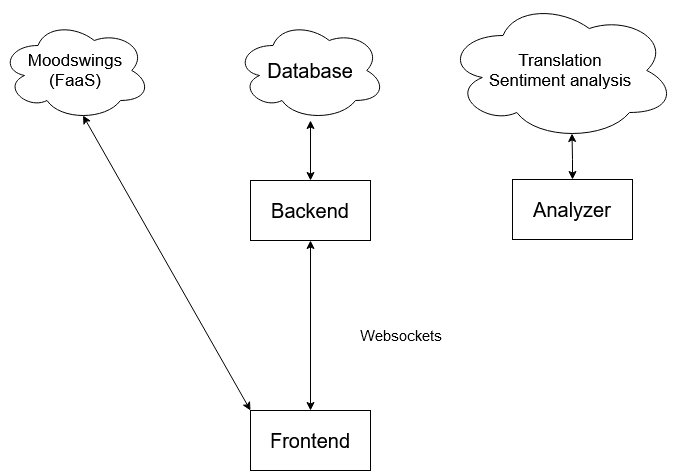
Above: img/architecture.png in UnexomWid/PCD2-DB (draw.io), before the change. Source tidied: cells renumbered, new cells last; positions are measured from the earlier drawing's top-left corner, leaving out a move shared by most shapes. Its diagram source:
```xml
<mxGraphModel>
  <root>
    <mxCell id="0" />
    <mxCell id="1" parent="0" />
    <mxCell id="2" style="edgeStyle=orthogonalEdgeStyle;rounded=0;jettySize=auto;html=1;entryX=0.5;entryY=1;entryDx=0;entryDy=0;entryPerimeter=0;startArrow=classic;startFill=1;" parent="1" edge="1" source="3">
      <mxGeometry relative="1" as="geometry">
        <mxPoint x="310" y="120" as="targetPoint" />
      </mxGeometry>
    </mxCell>
    <mxCell id="3" value="&lt;font style=&quot;font-size: 20px;&quot;&gt;Backend&lt;/font&gt;" style="rounded=0;whiteSpace=wrap;html=1;" parent="1" vertex="1">
      <mxGeometry x="250" y="180" width="120" height="60" as="geometry" />
    </mxCell>
    <mxCell id="4" value="&lt;div style=&quot;font-size: 17px;&quot;&gt;&lt;font style=&quot;font-size: 17px;&quot;&gt;Moodswings&lt;/font&gt;&lt;/div&gt;&lt;div style=&quot;font-size: 17px;&quot;&gt;&lt;font style=&quot;font-size: 17px;&quot;&gt;(FaaS)&lt;br&gt;&lt;/font&gt;&lt;/div&gt;" style="ellipse;shape=cloud;whiteSpace=wrap;html=1;" parent="1" vertex="1">
      <mxGeometry y="20" width="150" height="100" as="geometry" />
    </mxCell>
    <mxCell id="5" style="edgeStyle=orthogonalEdgeStyle;rounded=0;jettySize=auto;html=1;entryX=0.55;entryY=0.95;entryDx=0;entryDy=0;entryPerimeter=0;startArrow=classic;startFill=1;" parent="1" edge="1" source="6" target="7">
      <mxGeometry relative="1" as="geometry" />
    </mxCell>
    <mxCell id="6" value="&lt;font style=&quot;font-size: 20px;&quot;&gt;Analyzer&lt;br&gt;&lt;/font&gt;" style="rounded=0;whiteSpace=wrap;html=1;" parent="1" vertex="1">
      <mxGeometry x="512" y="179" width="120" height="60" as="geometry" />
    </mxCell>
    <mxCell id="7" value="&lt;div style=&quot;font-size: 17px;&quot;&gt;&lt;font style=&quot;font-size: 17px;&quot;&gt;Translation&lt;/font&gt;&lt;/div&gt;&lt;div style=&quot;font-size: 17px;&quot;&gt;&lt;font style=&quot;font-size: 17px;&quot;&gt;Sentiment analysis&lt;br&gt;&lt;/font&gt;&lt;/div&gt;" style="ellipse;shape=cloud;whiteSpace=wrap;html=1;" parent="1" vertex="1">
      <mxGeometry x="445" width="230" height="140" as="geometry" />
    </mxCell>
    <mxCell id="8" value="&lt;font style=&quot;font-size: 20px;&quot;&gt;Database&lt;/font&gt;" style="ellipse;shape=cloud;whiteSpace=wrap;html=1;" parent="1" vertex="1">
      <mxGeometry x="235" y="20" width="150" height="100" as="geometry" />
    </mxCell>
    <mxCell id="9" style="edgeStyle=orthogonalEdgeStyle;rounded=0;jettySize=auto;html=1;entryX=0.5;entryY=1;entryDx=0;entryDy=0;startArrow=classic;startFill=1;" parent="1" edge="1" source="11" target="3">
      <mxGeometry relative="1" as="geometry" />
    </mxCell>
    <mxCell id="10" style="rounded=0;jettySize=auto;html=1;exitX=0;exitY=0;exitDx=0;exitDy=0;entryX=0.55;entryY=0.95;entryDx=0;entryDy=0;entryPerimeter=0;startArrow=classic;startFill=1;" parent="1" edge="1" source="11" target="4">
      <mxGeometry relative="1" as="geometry" />
    </mxCell>
    <mxCell id="11" value="&lt;font style=&quot;font-size: 20px;&quot;&gt;Frontend&lt;/font&gt;" style="rounded=0;whiteSpace=wrap;html=1;" parent="1" vertex="1">
      <mxGeometry x="250" y="410" width="120" height="60" as="geometry" />
    </mxCell>
    <mxCell id="12" value="&lt;div style=&quot;font-size: 15px;&quot;&gt;&lt;font style=&quot;font-size: 15px;&quot;&gt;Websockets&lt;/font&gt;&lt;/div&gt;" style="text;html=1;align=center;verticalAlign=middle;strokeColor=none;fillColor=none;" parent="1" vertex="1">
      <mxGeometry x="345" y="320" width="110" height="30" as="geometry" />
    </mxCell>
  </root>
</mxGraphModel>
```
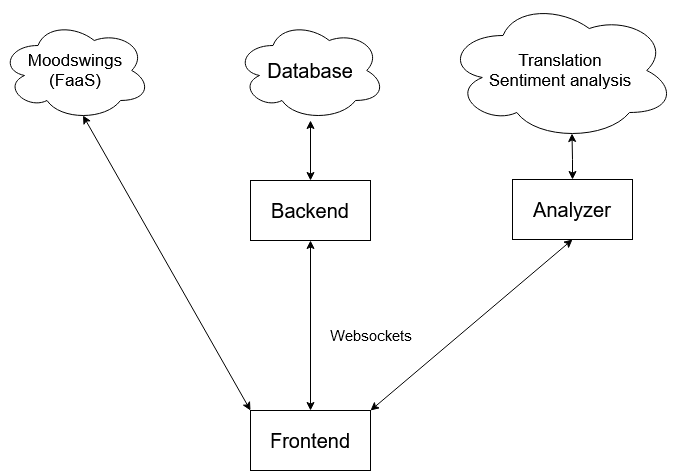
After the change.

The edit, as a diff of the source:
```diff
@@ -31,11 +31,14 @@
     <mxCell id="10" style="rounded=0;jettySize=auto;html=1;exitX=0;exitY=0;exitDx=0;exitDy=0;entryX=0.55;entryY=0.95;entryDx=0;entryDy=0;entryPerimeter=0;startArrow=classic;startFill=1;" parent="1" edge="1" source="11" target="4">
       <mxGeometry relative="1" as="geometry" />
     </mxCell>
+    <mxCell id="13" style="rounded=0;jettySize=auto;html=1;exitX=1;exitY=0;exitDx=0;exitDy=0;entryX=0.5;entryY=1;entryDx=0;entryDy=0;startArrow=classic;startFill=1;" parent="1" edge="1" source="11" target="6">
+      <mxGeometry relative="1" as="geometry" />
+    </mxCell>
     <mxCell id="11" value="&lt;font style=&quot;font-size: 20px;&quot;&gt;Frontend&lt;/font&gt;" style="rounded=0;whiteSpace=wrap;html=1;" parent="1" vertex="1">
       <mxGeometry x="250" y="410" width="120" height="60" as="geometry" />
     </mxCell>
     <mxCell id="12" value="&lt;div style=&quot;font-size: 15px;&quot;&gt;&lt;font style=&quot;font-size: 15px;&quot;&gt;Websockets&lt;/font&gt;&lt;/div&gt;" style="text;html=1;align=center;verticalAlign=middle;strokeColor=none;fillColor=none;" parent="1" vertex="1">
-      <mxGeometry x="345" y="320" width="110" height="30" as="geometry" />
+      <mxGeometry x="315" y="320" width="110" height="30" as="geometry" />
     </mxCell>
   </root>
 </mxGraphModel>
```
